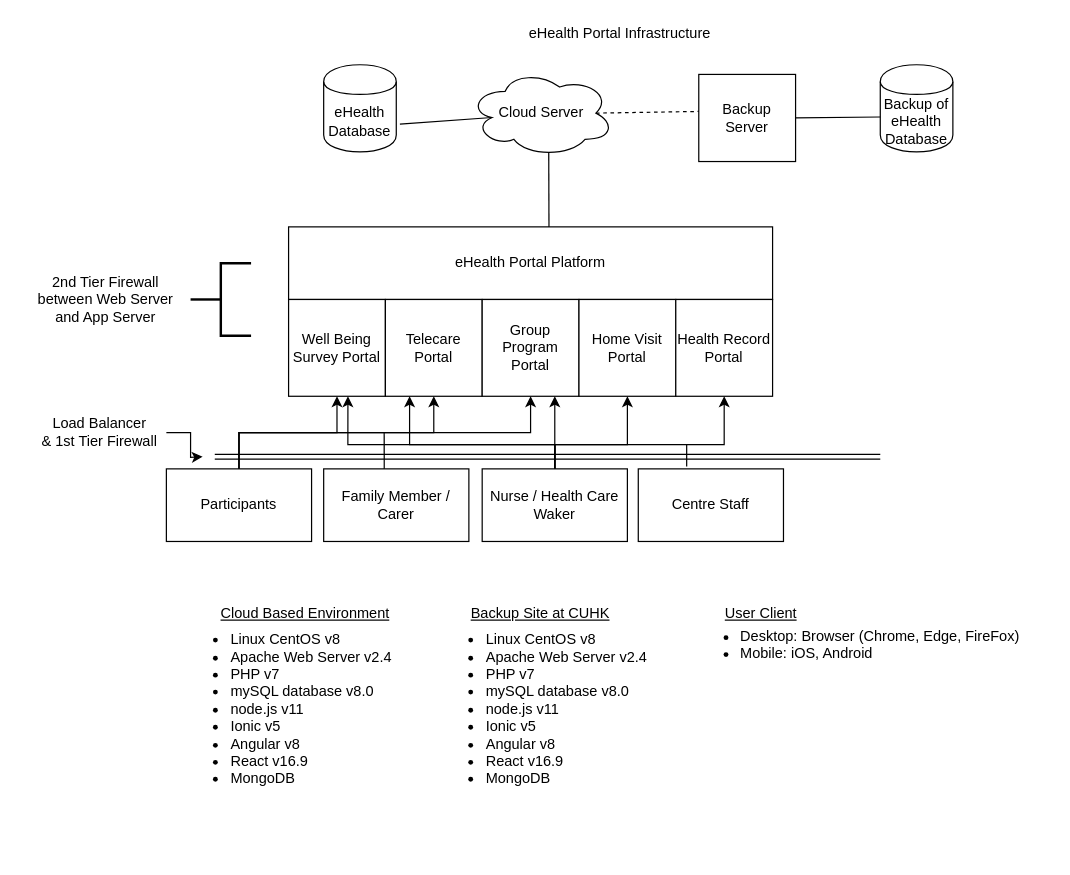
The draw.io diagram ehealthPortalInfrastructure-v2.drawio in TheNewLearn/flowchart, before the edit. Source tidied: cells renumbered, new cells numbered last; positions are measured from the earlier drawing's top-left corner, leaving out a move shared by most shapes. Both pictures are drawn from the tidied source at 121%, with x=0, y=0 at pixel (21, 21).
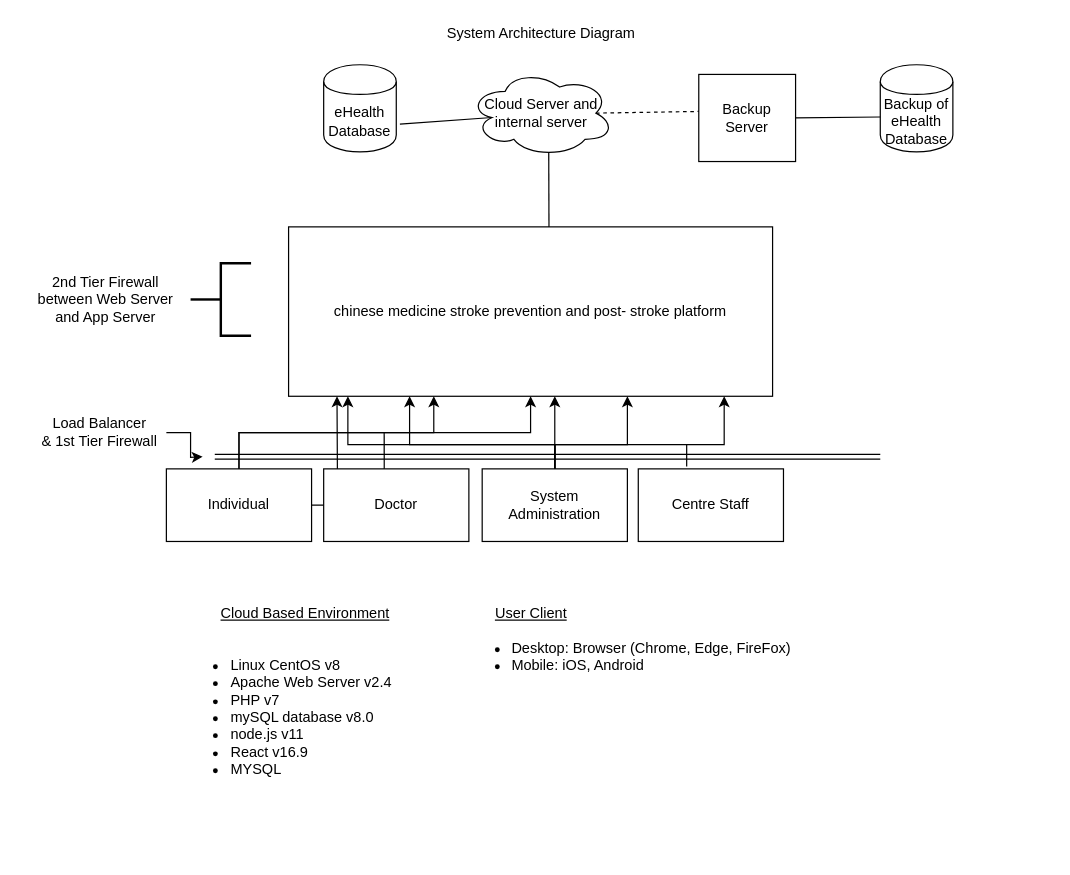
The same diagram, later.

Change to the diagram source:
```diff
@@
-    <mxCell id="2" value="eHealth Portal Infrastructure " style="text;html=1;strokeColor=none;fillColor=none;align=center;verticalAlign=middle;whiteSpace=wrap;rounded=0;" parent="1" vertex="1">
-      <mxGeometry x="390" width="210" height="20" as="geometry" />
+    <mxCell id="2" value="System Architecture Diagram" style="text;html=1;strokeColor=none;fillColor=none;align=center;verticalAlign=middle;whiteSpace=wrap;rounded=0;" parent="1" vertex="1">
+      <mxGeometry x="325" width="210" height="20" as="geometry" />
     </mxCell>
@@
-    <mxCell id="4" value="Cloud Server" style="ellipse;shape=cloud;whiteSpace=wrap;html=1;" parent="1" vertex="1">
+    <mxCell id="4" value="Cloud Server and internal server" style="ellipse;shape=cloud;whiteSpace=wrap;html=1;" parent="1" vertex="1">
       <mxGeometry x="370" y="40" width="120" height="72" as="geometry" />
     </mxCell>
@@
-    <mxCell id="10" value="eHealth Portal Platform" style="rounded=0;whiteSpace=wrap;html=1;" parent="1" vertex="1">
-      <mxGeometry x="221" y="170" width="400" height="60" as="geometry" />
+    <mxCell id="10" value="chinese medicine stroke prevention and post- stroke platform" style="rounded=0;whiteSpace=wrap;html=1;" parent="1" vertex="1">
+      <mxGeometry x="221" y="170" width="400" height="140" as="geometry" />
     </mxCell>
@@
-    <mxCell id="12" value="Well Being Survey Portal" style="whiteSpace=wrap;html=1;" parent="1" vertex="1">
-      <mxGeometry x="221" y="230" width="80" height="80" as="geometry" />
-    </mxCell>
-    <mxCell id="13" value="Telecare Portal" style="whiteSpace=wrap;html=1;" parent="1" vertex="1">
-      <mxGeometry x="301" y="230" width="80" height="80" as="geometry" />
-    </mxCell>
-    <mxCell id="14" value="Group Program Portal" style="whiteSpace=wrap;html=1;" parent="1" vertex="1">
-      <mxGeometry x="381" y="230" width="80" height="80" as="geometry" />
-    </mxCell>
-    <mxCell id="15" value="Home Visit Portal" style="whiteSpace=wrap;html=1;" parent="1" vertex="1">
-      <mxGeometry x="461" y="230" width="80" height="80" as="geometry" />
-    </mxCell>
-    <mxCell id="16" value="&lt;div&gt;Health Record Portal&lt;/div&gt;" style="whiteSpace=wrap;html=1;" parent="1" vertex="1">
-      <mxGeometry x="541" y="230" width="80" height="80" as="geometry" />
-    </mxCell>
-    <mxCell id="17" style="edgeStyle=orthogonalEdgeStyle;rounded=0;jettySize=auto;html=1;" parent="1" edge="1" source="20" target="12">
-      <mxGeometry relative="1" as="geometry" />
+    <mxCell id="17" style="edgeStyle=orthogonalEdgeStyle;rounded=0;jettySize=auto;html=1;" parent="1" edge="1" source="20">
+      <mxGeometry relative="1" as="geometry">
+        <mxPoint x="261" y="310" as="targetPoint" />
+      </mxGeometry>
     </mxCell>
-    <mxCell id="18" style="edgeStyle=orthogonalEdgeStyle;rounded=0;jettySize=auto;html=1;" parent="1" edge="1" source="20" target="13">
+    <mxCell id="18" style="edgeStyle=orthogonalEdgeStyle;rounded=0;jettySize=auto;html=1;" parent="1" edge="1" source="20">
       <mxGeometry relative="1" as="geometry">
+        <mxPoint x="341" y="310" as="targetPoint" />
         <Array as="points">
           <mxPoint x="180" y="340" />
           <mxPoint x="341" y="340" />
         </Array>
       </mxGeometry>
     </mxCell>
-    <mxCell id="19" style="edgeStyle=orthogonalEdgeStyle;rounded=0;jettySize=auto;html=1;entryX=0.5;entryY=1;entryDx=0;entryDy=0;" parent="1" edge="1" source="20" target="14">
+    <mxCell id="19" style="edgeStyle=orthogonalEdgeStyle;rounded=0;jettySize=auto;html=1;entryX=0.5;entryY=1;entryDx=0;entryDy=0;" parent="1" edge="1" source="20">
       <mxGeometry relative="1" as="geometry">
+        <mxPoint x="421" y="310" as="targetPoint" />
         <Array as="points">
           <mxPoint x="180" y="340" />
           <mxPoint x="421" y="340" />
         </Array>
       </mxGeometry>
     </mxCell>
-    <mxCell id="20" value="Participants" style="rounded=0;whiteSpace=wrap;html=1;" parent="1" vertex="1">
+    <mxCell id="20" value="Individual" style="rounded=0;whiteSpace=wrap;html=1;" parent="1" vertex="1">
       <mxGeometry x="120" y="370" width="120" height="60" as="geometry" />
     </mxCell>
-    <mxCell id="21" value="Family Member / Carer" style="rounded=0;whiteSpace=wrap;html=1;" parent="1" vertex="1">
+    <mxCell id="21" value="Doctor" style="rounded=0;whiteSpace=wrap;html=1;" parent="1" vertex="1">
       <mxGeometry x="250" y="370" width="120" height="60" as="geometry" />
     </mxCell>
-    <mxCell id="22" style="edgeStyle=orthogonalEdgeStyle;rounded=0;jettySize=auto;html=1;entryX=0.613;entryY=1;entryDx=0;entryDy=0;entryPerimeter=0;" parent="1" edge="1" source="27" target="12">
+    <mxCell id="22" style="edgeStyle=orthogonalEdgeStyle;rounded=0;jettySize=auto;html=1;entryX=0.613;entryY=1;entryDx=0;entryDy=0;entryPerimeter=0;" parent="1" edge="1" source="27">
       <mxGeometry relative="1" as="geometry">
+        <mxPoint x="270" y="310" as="targetPoint" />
         <Array as="points">
           <mxPoint x="441" y="350" />
           <mxPoint x="270" y="350" />
         </Array>
       </mxGeometry>
     </mxCell>
-    <mxCell id="23" style="edgeStyle=orthogonalEdgeStyle;rounded=0;jettySize=auto;html=1;entryX=0.25;entryY=1;entryDx=0;entryDy=0;" parent="1" edge="1" source="27" target="13">
+    <mxCell id="23" style="edgeStyle=orthogonalEdgeStyle;rounded=0;jettySize=auto;html=1;entryX=0.25;entryY=1;entryDx=0;entryDy=0;" parent="1" edge="1" source="27">
       <mxGeometry relative="1" as="geometry">
+        <mxPoint x="321" y="310" as="targetPoint" />
         <Array as="points">
           <mxPoint x="441" y="350" />
           <mxPoint x="321" y="350" />
         </Array>
       </mxGeometry>
     </mxCell>
-    <mxCell id="24" style="edgeStyle=orthogonalEdgeStyle;rounded=0;jettySize=auto;html=1;entryX=0.75;entryY=1;entryDx=0;entryDy=0;" parent="1" edge="1" source="27" target="14">
-      <mxGeometry relative="1" as="geometry" />
+    <mxCell id="24" style="edgeStyle=orthogonalEdgeStyle;rounded=0;jettySize=auto;html=1;entryX=0.75;entryY=1;entryDx=0;entryDy=0;" parent="1" edge="1" source="27">
+      <mxGeometry relative="1" as="geometry">
+        <mxPoint x="441" y="310" as="targetPoint" />
+      </mxGeometry>
     </mxCell>
-    <mxCell id="25" style="edgeStyle=orthogonalEdgeStyle;rounded=0;jettySize=auto;html=1;entryX=0.5;entryY=1;entryDx=0;entryDy=0;" parent="1" edge="1" source="27" target="15">
+    <mxCell id="25" style="edgeStyle=orthogonalEdgeStyle;rounded=0;jettySize=auto;html=1;entryX=0.5;entryY=1;entryDx=0;entryDy=0;" parent="1" edge="1" source="27">
       <mxGeometry relative="1" as="geometry">
+        <mxPoint x="501" y="310" as="targetPoint" />
         <Array as="points">
           <mxPoint x="441" y="350" />
           <mxPoint x="501" y="350" />
         </Array>
       </mxGeometry>
     </mxCell>
-    <mxCell id="26" style="edgeStyle=orthogonalEdgeStyle;rounded=0;jettySize=auto;html=1;entryX=0.5;entryY=1;entryDx=0;entryDy=0;" parent="1" edge="1" source="27" target="16">
+    <mxCell id="26" style="edgeStyle=orthogonalEdgeStyle;rounded=0;jettySize=auto;html=1;entryX=0.5;entryY=1;entryDx=0;entryDy=0;" parent="1" edge="1" source="27">
       <mxGeometry relative="1" as="geometry">
+        <mxPoint x="581" y="310" as="targetPoint" />
         <Array as="points">
           <mxPoint x="441" y="350" />
           <mxPoint x="581" y="350" />
         </Array>
       </mxGeometry>
     </mxCell>
-    <mxCell id="27" value="Nurse / Health Care Waker" style="rounded=0;whiteSpace=wrap;html=1;" parent="1" vertex="1">
+    <mxCell id="27" value="System Administration" style="rounded=0;whiteSpace=wrap;html=1;" parent="1" vertex="1">
       <mxGeometry x="381" y="370" width="120" height="60" as="geometry" />
     </mxCell>
@@
-    <mxCell id="30" value="&lt;div align=&quot;left&quot;&gt;&lt;ul&gt;&lt;li&gt;Linux CentOS v8&lt;/li&gt;&lt;li&gt;Apache Web Server v2.4&lt;/li&gt;&lt;li&gt;PHP v7&lt;/li&gt;&lt;li&gt;mySQL database v8.0&lt;/li&gt;&lt;li&gt;node.js v11&lt;/li&gt;&lt;li&gt;Ionic v5&lt;/li&gt;&lt;li&gt;Angular v8&lt;/li&gt;&lt;li&gt;React v16.9&lt;/li&gt;&lt;li&gt;MongoDB&lt;/li&gt;&lt;/ul&gt;&lt;/div&gt;&lt;div align=&quot;center&quot;&gt;&lt;br&gt;&lt;/div&gt;&lt;div align=&quot;center&quot;&gt;&lt;br&gt;&lt;/div&gt;&lt;div align=&quot;center&quot;&gt;&lt;br&gt;&lt;/div&gt;" style="text;html=1;strokeColor=none;fillColor=none;align=center;verticalAlign=middle;whiteSpace=wrap;rounded=0;" parent="1" vertex="1">
+    <mxCell id="30" value="&lt;div align=&quot;left&quot;&gt;&lt;ul&gt;&lt;li&gt;Linux CentOS v8&lt;/li&gt;&lt;li&gt;Apache Web Server v2.4&lt;/li&gt;&lt;li&gt;PHP v7&lt;/li&gt;&lt;li&gt;mySQL database v8.0&lt;/li&gt;&lt;li&gt;node.js v11&lt;/li&gt;&lt;li&gt;&lt;span style=&quot;text-align: center&quot;&gt;React v16.9&lt;/span&gt;&lt;/li&gt;&lt;li&gt;&lt;span style=&quot;text-align: center&quot;&gt;MYSQL&lt;/span&gt;&lt;/li&gt;&lt;/ul&gt;&lt;/div&gt;&lt;div align=&quot;center&quot;&gt;&lt;br&gt;&lt;/div&gt;&lt;div align=&quot;center&quot;&gt;&lt;br&gt;&lt;/div&gt;" style="text;html=1;strokeColor=none;fillColor=none;align=center;verticalAlign=middle;whiteSpace=wrap;rounded=0;" parent="1" vertex="1">
       <mxGeometry x="110" y="500" width="220" height="180" as="geometry" />
     </mxCell>
-    <mxCell id="31" value="&lt;div align=&quot;left&quot;&gt;&lt;u&gt;Backup Site at CUHK&lt;/u&gt;&lt;/div&gt;" style="text;html=1;strokeColor=none;fillColor=none;align=left;verticalAlign=middle;whiteSpace=wrap;rounded=0;strokeWidth=2;" parent="1" vertex="1">
-      <mxGeometry x="370" y="480" width="160" height="20" as="geometry" />
-    </mxCell>
-    <mxCell id="32" value="&lt;div align=&quot;left&quot;&gt;&lt;ul&gt;&lt;li&gt;Linux CentOS v8&lt;/li&gt;&lt;li&gt;Apache Web Server v2.4&lt;/li&gt;&lt;li&gt;PHP v7&lt;/li&gt;&lt;li&gt;mySQL database v8.0&lt;/li&gt;&lt;li&gt;node.js v11&lt;/li&gt;&lt;li&gt;Ionic v5&lt;/li&gt;&lt;li&gt;Angular v8&lt;/li&gt;&lt;li&gt;React v16.9&lt;/li&gt;&lt;li&gt;MongoDB&lt;/li&gt;&lt;/ul&gt;&lt;/div&gt;&lt;div align=&quot;center&quot;&gt;&lt;br&gt;&lt;/div&gt;&lt;div align=&quot;center&quot;&gt;&lt;br&gt;&lt;/div&gt;&lt;div align=&quot;center&quot;&gt;&lt;br&gt;&lt;/div&gt;" style="text;html=1;strokeColor=none;fillColor=none;align=center;verticalAlign=middle;whiteSpace=wrap;rounded=0;" parent="1" vertex="1">
-      <mxGeometry x="321" y="500" width="220" height="180" as="geometry" />
-    </mxCell>
     <mxCell id="33" value="&lt;div align=&quot;left&quot;&gt;&lt;u&gt;User Client&lt;/u&gt;&lt;br&gt;&lt;/div&gt;" style="text;html=1;strokeColor=none;fillColor=none;align=left;verticalAlign=middle;whiteSpace=wrap;rounded=0;strokeWidth=2;" parent="1" vertex="1">
-      <mxGeometry x="580" y="480" width="190" height="20" as="geometry" />
+      <mxGeometry x="390" y="480" width="190" height="20" as="geometry" />
     </mxCell>
     <mxCell id="34" value="&lt;div align=&quot;left&quot;&gt;&lt;ul&gt;&lt;li&gt;Desktop: Browser (Chrome, Edge, FireFox)&lt;/li&gt;&lt;li&gt;Mobile: iOS, Android&lt;br&gt;&lt;/li&gt;&lt;/ul&gt;&lt;/div&gt;&lt;div align=&quot;center&quot;&gt;&lt;br&gt;&lt;/div&gt;&lt;div align=&quot;center&quot;&gt;&lt;br&gt;&lt;/div&gt;" style="text;html=1;strokeColor=none;fillColor=none;align=center;verticalAlign=middle;whiteSpace=wrap;rounded=0;" parent="1" vertex="1">
-      <mxGeometry x="530" y="500" width="320" height="60" as="geometry" />
+      <mxGeometry x="341" y="510" width="320" height="60" as="geometry" />
     </mxCell>
```
